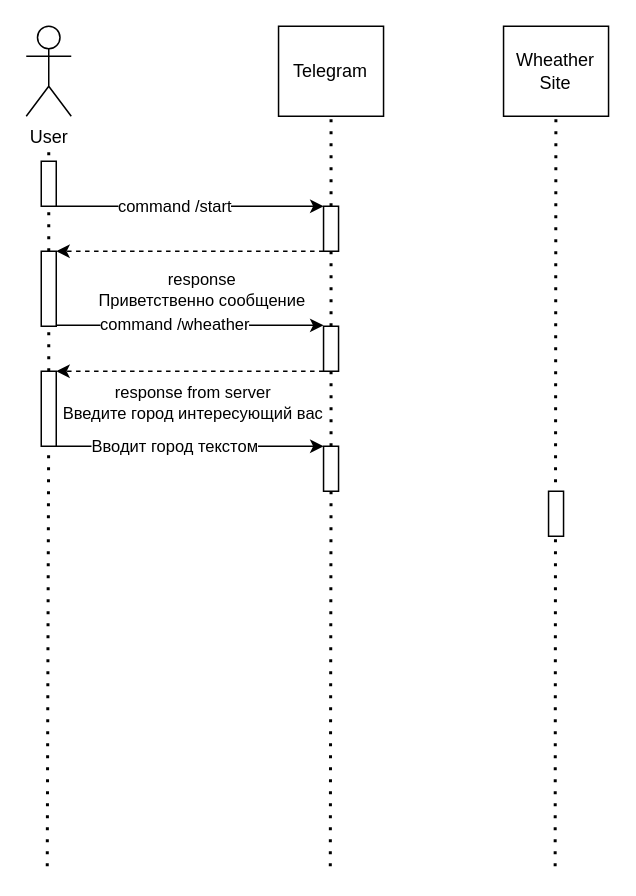
Above: sequence-diagram.drawio in rmastodon0603/itstep_course_uml (draw.io), before the change. Source tidied: cells renumbered, new cells numbered last; positions are measured from the earlier drawing's top-left corner, leaving out a move shared by most shapes. Both pictures are drawn from the tidied source at 150%, with x=0, y=0 at pixel (26, 26).
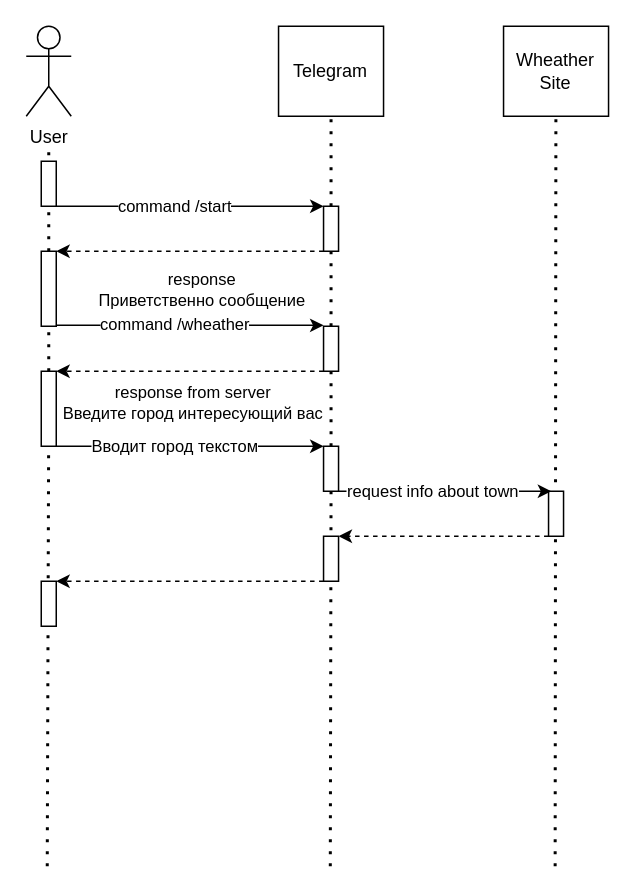
The same page after the edit.

The change refers to these unchanged cells:
```xml
<mxCell id="28" style="rounded=0;whiteSpace=wrap;html=1;" parent="1" vertex="1">
  <mxGeometry x="348.2" y="310" width="10" height="30" as="geometry" />
</mxCell>
```

What changed in the source:
```diff
@@
+    <mxCell id="29" style="edgeStyle=orthogonalEdgeStyle;rounded=0;jettySize=auto;html=1;exitX=0;exitY=1;exitDx=0;exitDy=0;entryX=1;entryY=0;entryDx=0;entryDy=0;dashed=1;" parent="1" edge="1" source="28" target="33">
+      <mxGeometry relative="1" as="geometry">
+        <Array as="points">
+          <mxPoint x="240" y="340" />
+          <mxPoint x="240" y="340" />
+        </Array>
+      </mxGeometry>
+    </mxCell>
@@
+    <mxCell id="30" style="edgeStyle=orthogonalEdgeStyle;rounded=0;orthogonalLoop=1;jettySize=auto;html=1;" parent="1" edge="1">
+      <mxGeometry relative="1" as="geometry">
+        <mxPoint x="208.2" y="310" as="sourcePoint" />
+        <mxPoint x="350" y="310" as="targetPoint" />
+        <Array as="points">
+          <mxPoint x="318.2" y="310" />
+          <mxPoint x="318.2" y="310" />
+        </Array>
+      </mxGeometry>
+    </mxCell>
+    <mxCell id="31" value="request info about town" style="edgeLabel;html=1;align=center;verticalAlign=middle;" parent="30" vertex="1">
+      <mxGeometry x="-0.13" y="1" relative="1" as="geometry" />
+    </mxCell>
+    <mxCell id="32" style="edgeStyle=orthogonalEdgeStyle;rounded=0;jettySize=auto;html=1;exitX=0;exitY=1;exitDx=0;exitDy=0;entryX=1;entryY=0;entryDx=0;entryDy=0;dashed=1;" parent="1" edge="1" source="33" target="34">
+      <mxGeometry relative="1" as="geometry">
+        <Array as="points">
+          <mxPoint x="150" y="370" />
+          <mxPoint x="150" y="370" />
+        </Array>
+      </mxGeometry>
+    </mxCell>
+    <mxCell id="33" style="rounded=0;whiteSpace=wrap;html=1;" parent="1" vertex="1">
+      <mxGeometry x="198.2" y="340" width="10" height="30" as="geometry" />
+    </mxCell>
+    <mxCell id="34" style="rounded=0;whiteSpace=wrap;html=1;" parent="1" vertex="1">
+      <mxGeometry x="10" y="370" width="10" height="30" as="geometry" />
+    </mxCell>
```
